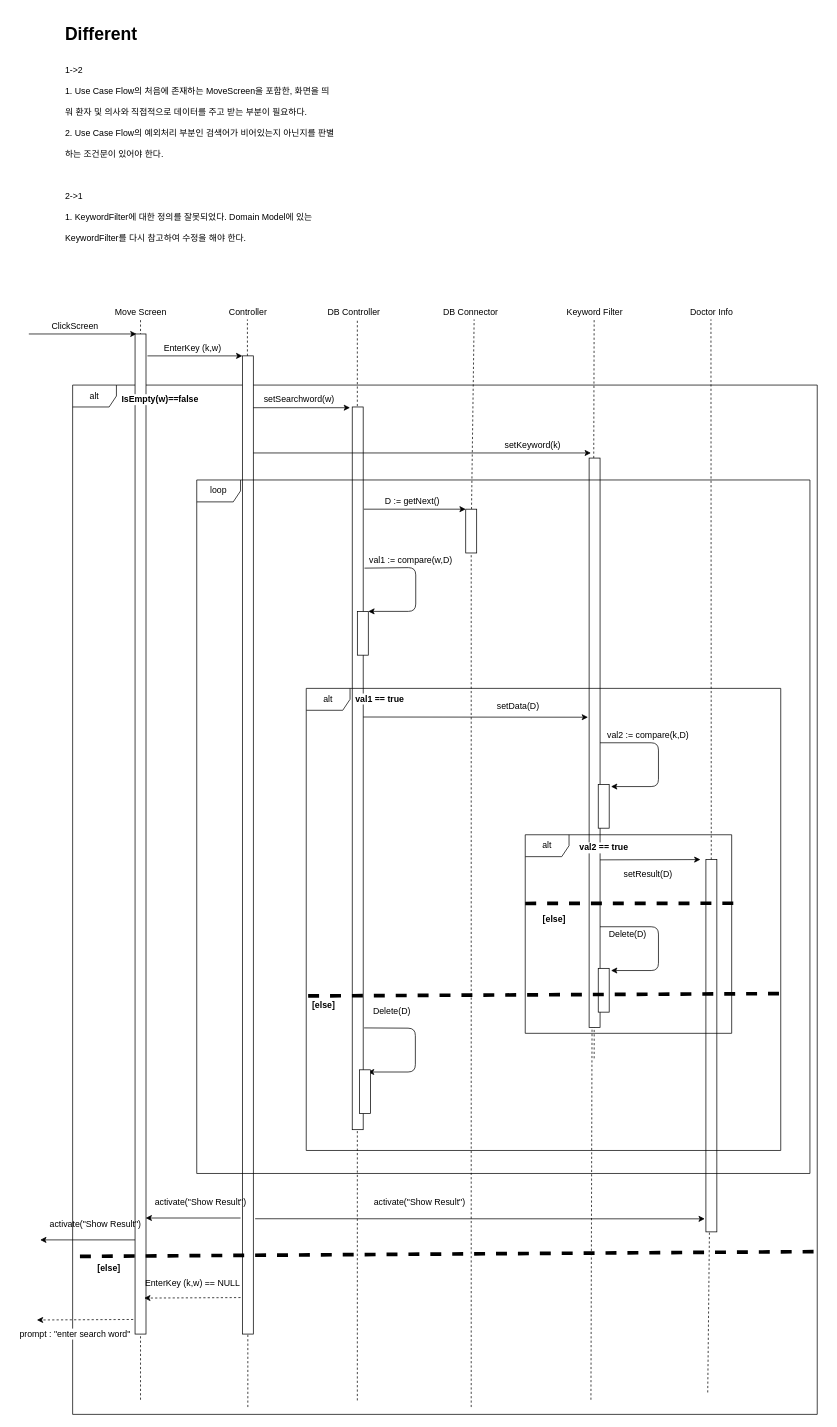
Before: Sequence Diagram.drawio in EatChangmyeong/software-engineering, a draw.io diagram. Source tidied: cells renumbered, new cells numbered last; positions are measured from the earlier drawing's top-left corner, leaving out a move shared by most shapes. Both pictures are drawn from the tidied source at 73%, with x=0, y=0 at pixel (12, 20).
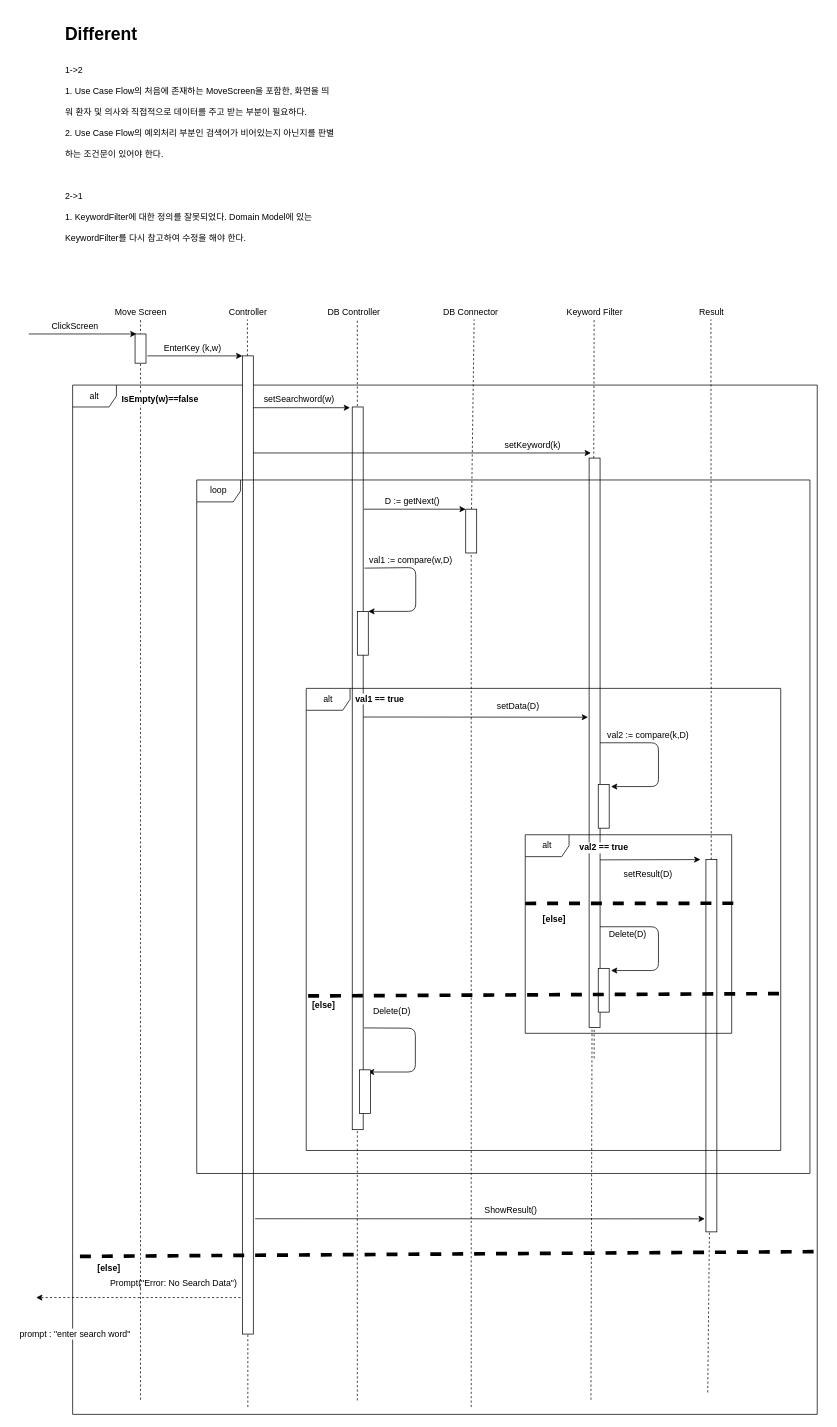
The same diagram, later.

Commit message (it also covers changes not shown here):
before discussion about class diagram

The edit, as a diff of the source:
```diff
@@
-    <mxCell id="14" value="Doctor Info" style="text;html=1;align=center;verticalAlign=middle;strokeColor=none;" parent="1" vertex="1">
-      <mxGeometry x="922" y="390" width="70" height="20" as="geometry" />
+    <mxCell id="14" value="Result" style="text;html=1;align=center;verticalAlign=middle;strokeColor=none;" parent="1" vertex="1">
+      <mxGeometry x="932" y="390" width="50" height="20" as="geometry" />
     </mxCell>
@@
     <mxCell id="16" style="rounded=0;whiteSpace=wrap;html=1;" parent="1" vertex="1">
-      <mxGeometry x="167.5" y="430" width="15" height="1370" as="geometry" />
+      <mxGeometry x="167.5" y="430" width="15" height="40" as="geometry" />
     </mxCell>
@@
-    <mxCell id="40" style="endArrow=classic;html=1;" parent="1" edge="1">
-      <mxGeometry relative="1" as="geometry">
-        <mxPoint x="312" y="1641" as="sourcePoint" />
-        <mxPoint x="182" y="1641" as="targetPoint" />
-      </mxGeometry>
-    </mxCell>
@@
-    <mxCell id="53" value="activate(&quot;Show Result&quot;)" style="text;html=1;align=center;verticalAlign=middle;strokeColor=none;" parent="1" vertex="1">
-      <mxGeometry x="487" y="1610" width="140" height="20" as="geometry" />
+    <mxCell id="53" value="ShowResult()" style="text;html=1;align=center;verticalAlign=middle;strokeColor=none;" parent="1" vertex="1">
+      <mxGeometry x="637" y="1620" width="90" height="20" as="geometry" />
     </mxCell>
@@
-    <mxCell id="65" style="endArrow=classic;html=1;dashed=1;entryX=0.833;entryY=0.964;entryDx=0;entryDy=0;entryPerimeter=0;" parent="1" edge="1" target="16">
+    <mxCell id="65" style="endArrow=classic;html=1;dashed=1;" parent="1" edge="1">
       <mxGeometry relative="1" as="geometry">
         <mxPoint x="312" y="1750" as="sourcePoint" />
+        <mxPoint x="32" y="1750" as="targetPoint" />
       </mxGeometry>
     </mxCell>
@@
-    <mxCell id="68" value="activate(&quot;Show Result&quot;)" style="text;html=1;align=center;verticalAlign=middle;strokeColor=none;" parent="1" vertex="1">
-      <mxGeometry x="187" y="1610" width="140" height="20" as="geometry" />
-    </mxCell>
@@
-    <mxCell id="70" value="EnterKey (k,w) == NULL" style="text;html=1;align=center;verticalAlign=middle;strokeColor=none;" parent="1" vertex="1">
-      <mxGeometry x="171" y="1720" width="150" height="20" as="geometry" />
+    <mxCell id="70" value="Prompt(&quot;Error: No Search Data&quot;)" style="text;html=1;align=center;verticalAlign=middle;strokeColor=none;" parent="1" vertex="1">
+      <mxGeometry x="124.5" y="1720" width="190" height="20" as="geometry" />
     </mxCell>
-    <mxCell id="71" style="endArrow=classic;html=1;dashed=1;entryX=0.833;entryY=0.964;entryDx=0;entryDy=0;entryPerimeter=0;" parent="1" edge="1">
-      <mxGeometry relative="1" as="geometry">
-        <mxPoint x="165" y="1780" as="sourcePoint" />
-        <mxPoint x="33" y="1780.7" as="targetPoint" />
-      </mxGeometry>
-    </mxCell>
-    <mxCell id="72" style="endArrow=classic;html=1;" parent="1" edge="1">
-      <mxGeometry relative="1" as="geometry">
-        <mxPoint x="167.5" y="1671" as="sourcePoint" />
-        <mxPoint x="37.5" y="1671" as="targetPoint" />
-      </mxGeometry>
-    </mxCell>
-    <mxCell id="73" value="activate(&quot;Show Result&quot;)" style="text;html=1;align=center;verticalAlign=middle;strokeColor=none;" parent="1" vertex="1">
-      <mxGeometry x="42.5" y="1640" width="140" height="20" as="geometry" />
-    </mxCell>
```
